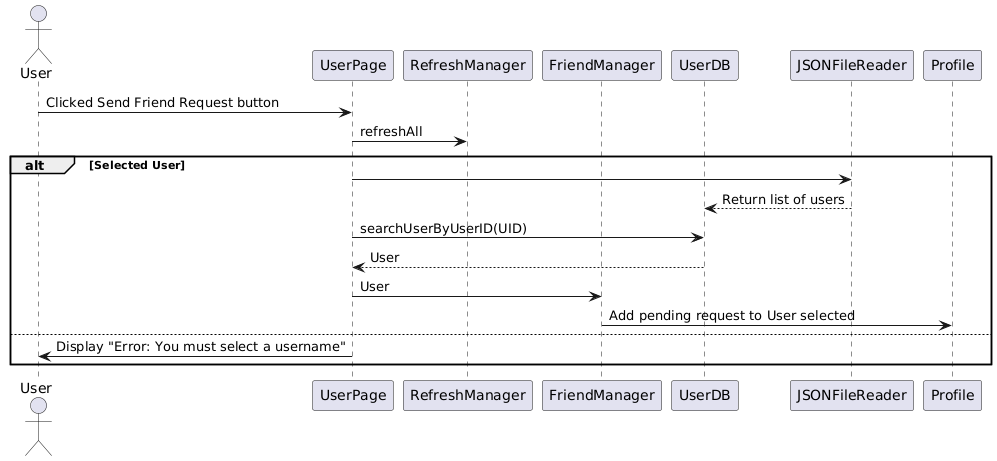
Above: UMLs/Sequence Diagram - Send Friend Request.png in AbdelrahmanEssam1007/ConnectHub (PlantUML), before the change.
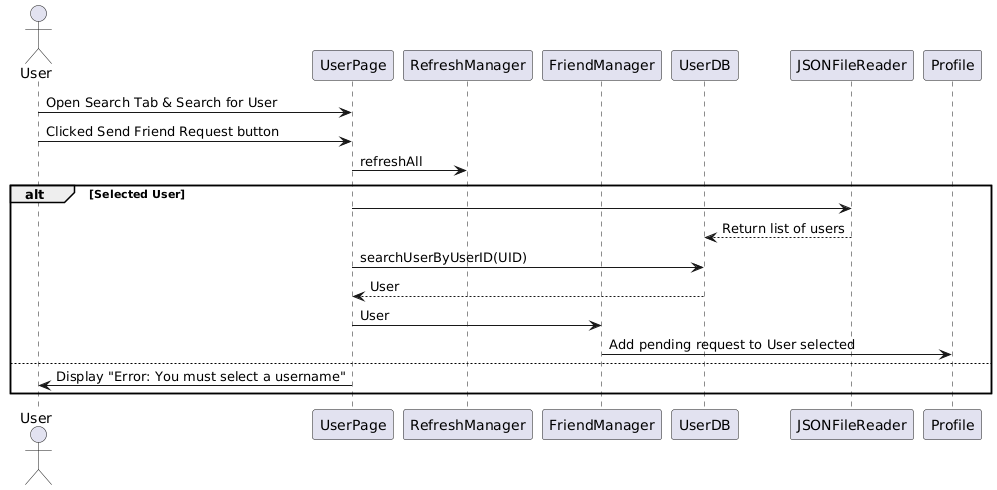
After the change.

Commit message:
Added new sequence diagrams

The edit, as a diff of the source:
```diff
@@ -6,7 +6,7 @@
 Participant UserDB
 Participant JSONFileReader
 
-
+User -> UserPage: Open Search Tab & Search for User
 User -> UserPage: Clicked Send Friend Request button
 UserPage -> RefreshManager: refreshAll
 alt Selected User
```
